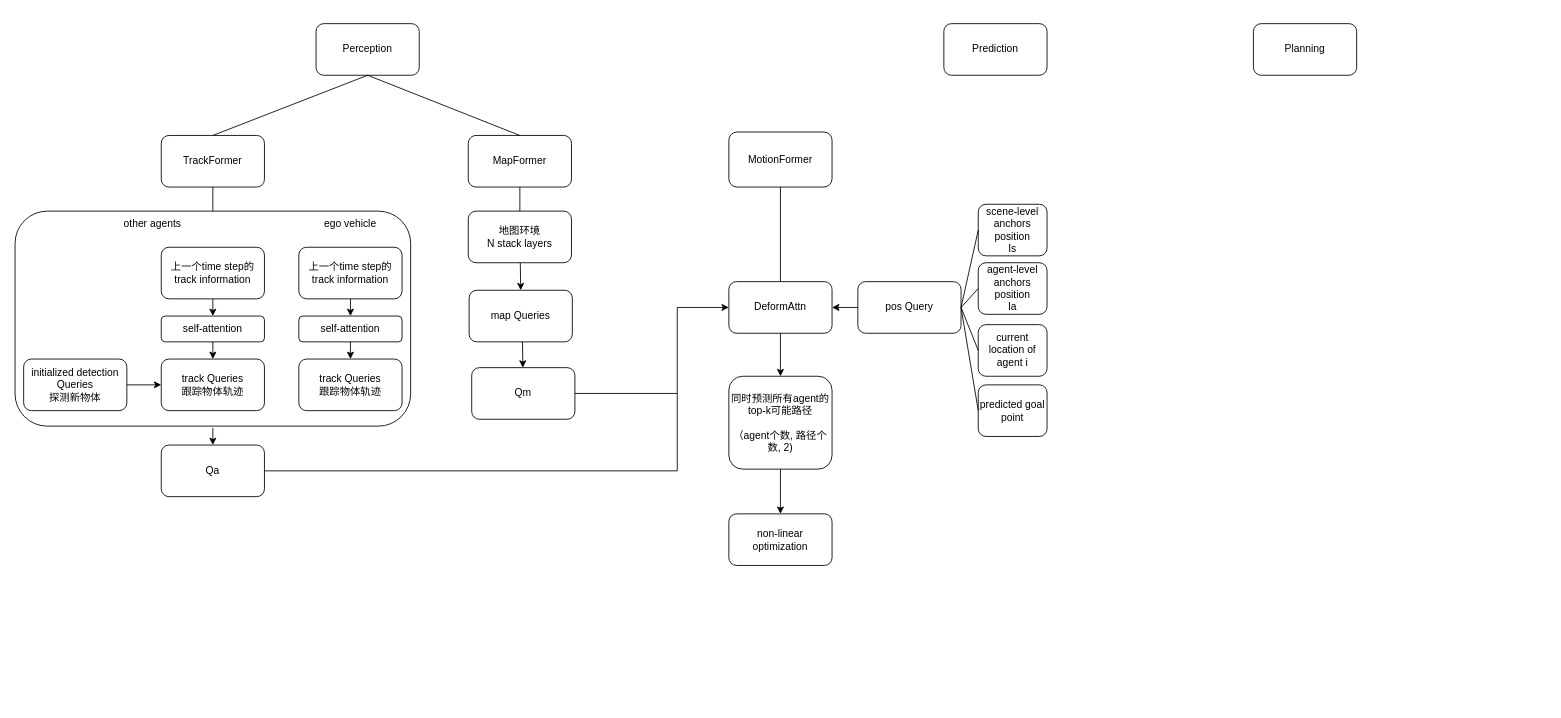
Earlier version of the draw.io diagram uniAD.drawio (wxxsusie/files). Source tidied: cells renumbered, new cells numbered last; positions are measured from the earlier drawing's top-left corner, leaving out a move shared by most shapes. Both pictures are drawn from the tidied source at 86%, with x=0, y=0 at pixel (15, 23).
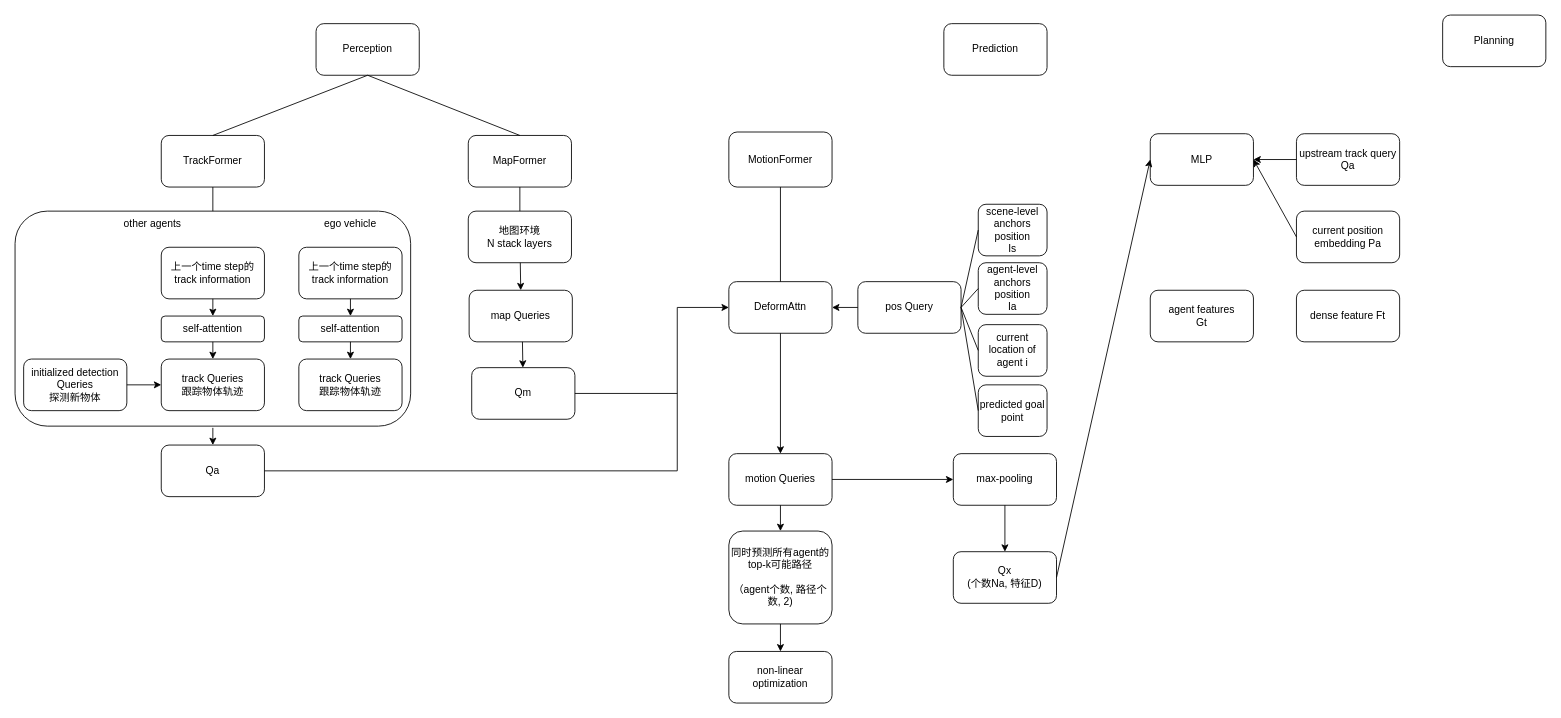
Above is the later version.

The change refers to these unchanged cells:
```xml
<mxCell id="36" value="DeformAttn" style="rounded=1;whiteSpace=wrap;html=1;" parent="1" vertex="1">
  <mxGeometry x="830" y="300" width="120" height="60" as="geometry" />
</mxCell>
```

Change to the diagram source:
```diff
@@
     <mxCell id="5" value="Planning" style="rounded=1;whiteSpace=wrap;html=1;" parent="1" vertex="1">
-      <mxGeometry x="1440" width="120" height="60" as="geometry" />
+      <mxGeometry x="1660" y="-10" width="120" height="60" as="geometry" />
     </mxCell>
@@
     <mxCell id="46" value="&lt;div&gt;同时预测所有agent的top-k可能路径&lt;/div&gt;&lt;div&gt;&lt;br&gt;&lt;/div&gt;&lt;div&gt;（agent个数, 路径个数, 2)&lt;/div&gt;" style="rounded=1;whiteSpace=wrap;html=1;" parent="1" vertex="1">
-      <mxGeometry x="830" y="410" width="120" height="108" as="geometry" />
+      <mxGeometry x="830" y="590" width="120" height="108" as="geometry" />
     </mxCell>
@@
     <mxCell id="49" value="non-linear optimization" style="rounded=1;whiteSpace=wrap;html=1;" parent="1" vertex="1">
-      <mxGeometry x="830" y="570" width="120" height="60" as="geometry" />
+      <mxGeometry x="830" y="730" width="120" height="60" as="geometry" />
     </mxCell>
-    <mxCell id="50" style="endArrow=classic;html=1;rounded=0;exitX=0.5;exitY=1;exitDx=0;exitDy=0;" parent="1" edge="1" source="36" target="46">
-      <mxGeometry relative="1" as="geometry" />
-    </mxCell>
@@
+    <mxCell id="54" value="MLP" style="rounded=1;whiteSpace=wrap;html=1;" parent="1" vertex="1">
+      <mxGeometry x="1320" y="128" width="120" height="60" as="geometry" />
+    </mxCell>
+    <mxCell id="55" value="Qx&lt;div&gt;(个数Na, 特征D)&lt;/div&gt;" style="rounded=1;whiteSpace=wrap;html=1;" parent="1" vertex="1">
+      <mxGeometry x="1091" y="614" width="120" height="60" as="geometry" />
+    </mxCell>
+    <mxCell id="56" value="motion Queries" style="rounded=1;whiteSpace=wrap;html=1;" parent="1" vertex="1">
+      <mxGeometry x="830" y="500" width="120" height="60" as="geometry" />
+    </mxCell>
+    <mxCell id="57" style="endArrow=classic;html=1;rounded=0;exitX=0.5;exitY=1;exitDx=0;exitDy=0;" parent="1" edge="1" source="36" target="56">
+      <mxGeometry relative="1" as="geometry" />
+    </mxCell>
+    <mxCell id="58" style="endArrow=classic;html=1;rounded=0;exitX=0.5;exitY=1;exitDx=0;exitDy=0;entryX=0.5;entryY=0;entryDx=0;entryDy=0;" parent="1" edge="1" source="56" target="46">
+      <mxGeometry relative="1" as="geometry" />
+    </mxCell>
+    <mxCell id="59" value="max-pooling" style="rounded=1;whiteSpace=wrap;html=1;" parent="1" vertex="1">
+      <mxGeometry x="1091" y="500" width="120" height="60" as="geometry" />
+    </mxCell>
+    <mxCell id="60" style="endArrow=classic;html=1;rounded=0;exitX=1;exitY=0.5;exitDx=0;exitDy=0;entryX=0;entryY=0.5;entryDx=0;entryDy=0;" parent="1" edge="1" source="56" target="59">
+      <mxGeometry relative="1" as="geometry" />
+    </mxCell>
+    <mxCell id="61" style="endArrow=classic;html=1;rounded=0;exitX=0.5;exitY=1;exitDx=0;exitDy=0;" parent="1" edge="1" source="59" target="55">
+      <mxGeometry relative="1" as="geometry" />
+    </mxCell>
+    <mxCell id="62" value="upstream track query&lt;div&gt;Qa&lt;/div&gt;" style="rounded=1;whiteSpace=wrap;html=1;" parent="1" vertex="1">
+      <mxGeometry x="1490" y="128" width="120" height="60" as="geometry" />
+    </mxCell>
+    <mxCell id="63" value="current position embedding Pa" style="rounded=1;whiteSpace=wrap;html=1;" parent="1" vertex="1">
+      <mxGeometry x="1490" y="218" width="120" height="60" as="geometry" />
+    </mxCell>
+    <mxCell id="64" style="endArrow=classic;html=1;rounded=0;exitX=1;exitY=0.5;exitDx=0;exitDy=0;entryX=0;entryY=0.5;entryDx=0;entryDy=0;" parent="1" edge="1" source="55" target="54">
+      <mxGeometry relative="1" as="geometry" />
+    </mxCell>
+    <mxCell id="65" style="endArrow=classic;html=1;rounded=0;exitX=0;exitY=0.5;exitDx=0;exitDy=0;entryX=1;entryY=0.5;entryDx=0;entryDy=0;" parent="1" edge="1" source="62" target="54">
+      <mxGeometry relative="1" as="geometry" />
+    </mxCell>
+    <mxCell id="66" style="endArrow=classic;html=1;rounded=0;exitX=0;exitY=0.5;exitDx=0;exitDy=0;entryX=1;entryY=0.5;entryDx=0;entryDy=0;" parent="1" edge="1" source="63" target="54">
+      <mxGeometry relative="1" as="geometry" />
+    </mxCell>
+    <mxCell id="67" value="dense feature Ft" style="rounded=1;whiteSpace=wrap;html=1;" parent="1" vertex="1">
+      <mxGeometry x="1490" y="310" width="120" height="60" as="geometry" />
+    </mxCell>
+    <mxCell id="68" value="agent features&lt;div&gt;Gt&lt;/div&gt;" style="rounded=1;whiteSpace=wrap;html=1;" parent="1" vertex="1">
+      <mxGeometry x="1320" y="310" width="120" height="60" as="geometry" />
+    </mxCell>
```
